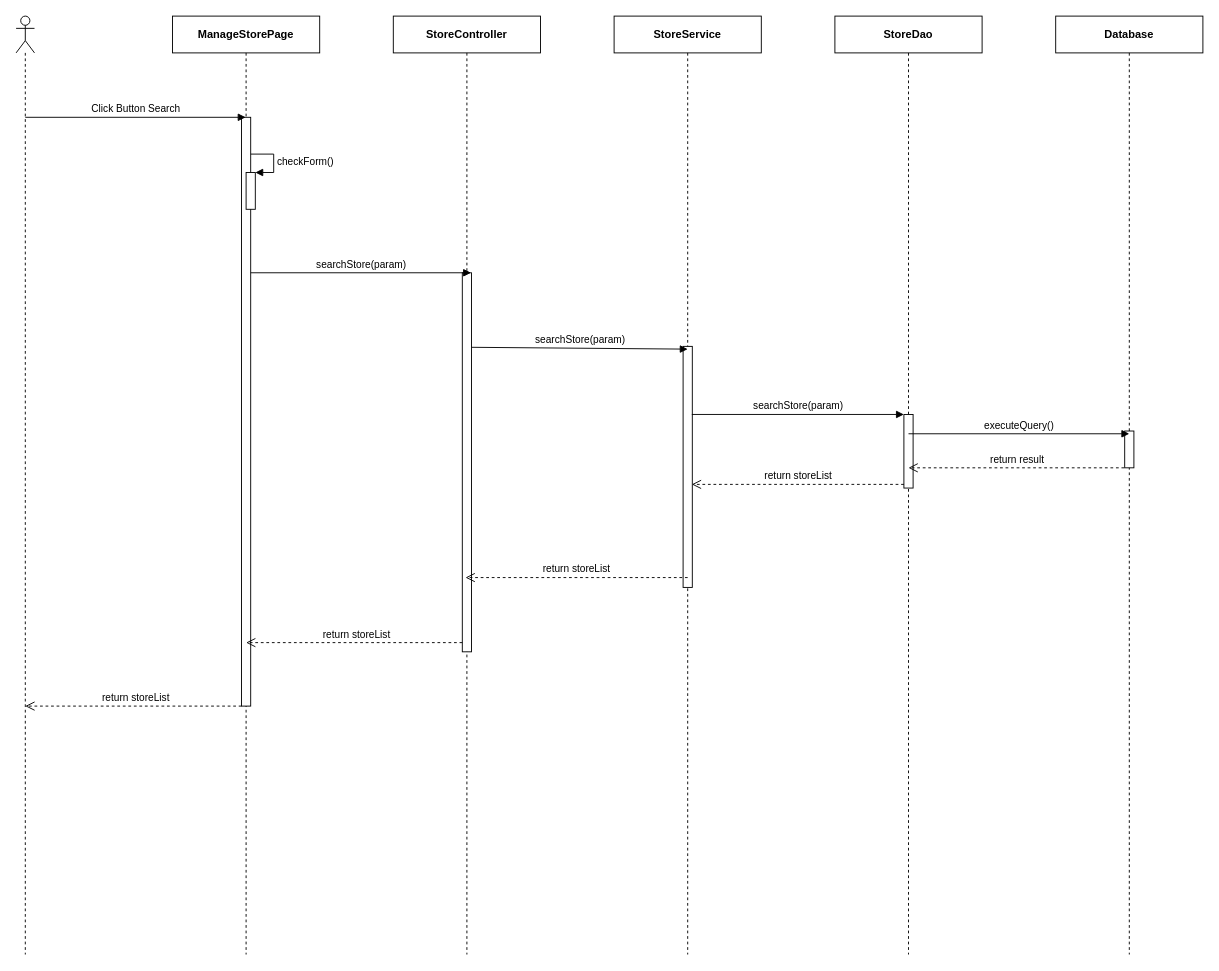
This is page "Ev02" (2 of 2) of 0. Create/Sequece/sc01/SC0100_StoreManage.drawio from luannmdev/CapstoneDocument, a draw.io file, before an edit. Source tidied: cells renumbered, new cells numbered last; positions are measured from the earlier drawing's top-left corner, leaving out a move shared by most shapes. Both pictures are drawn from the tidied source at 92%, with x=0, y=0 at pixel (16, 16).
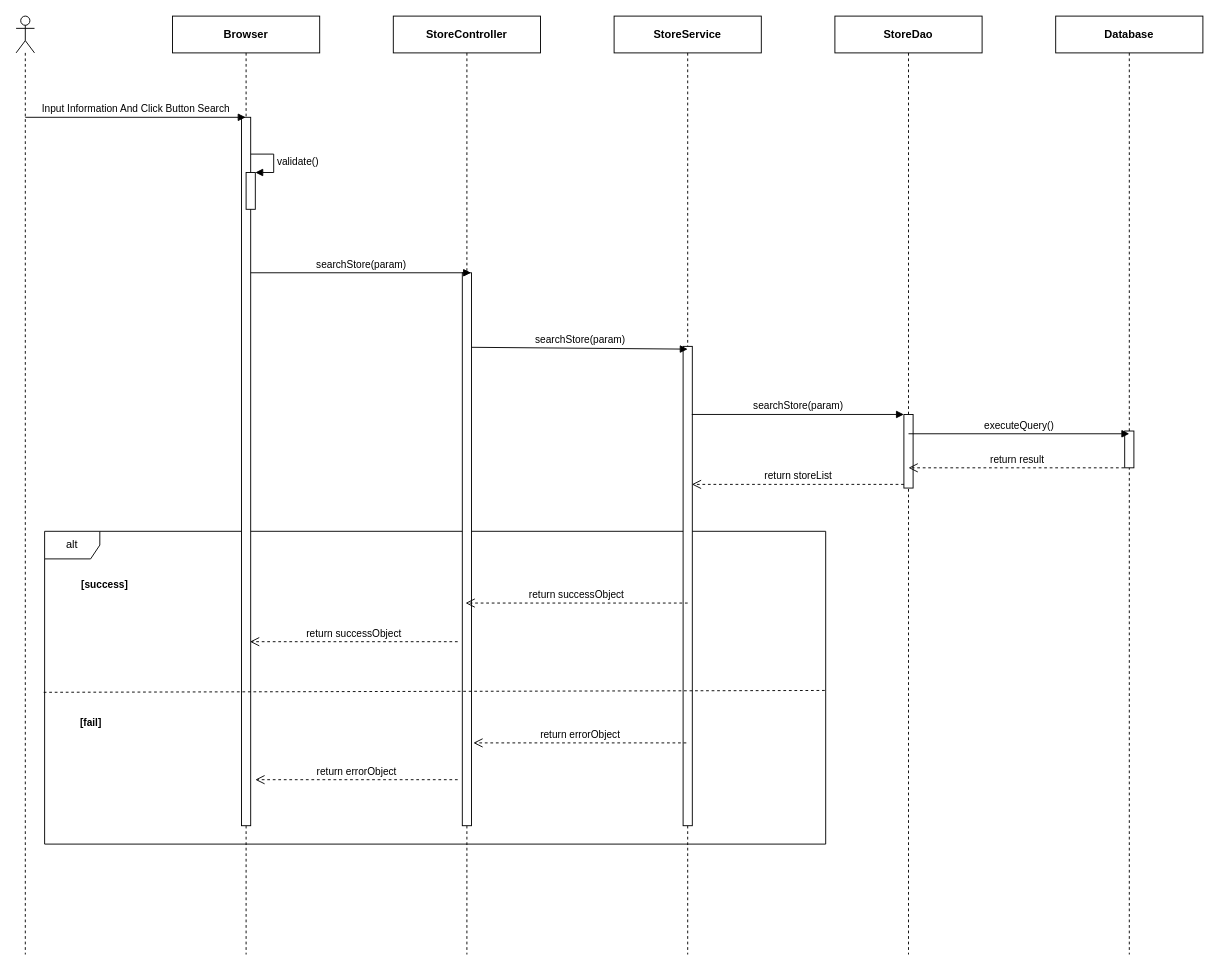
After the change.

Unchanged cells that the change refers to:
```xml
<mxCell id="7" value="&lt;b&gt;StoreService&lt;/b&gt;" style="shape=umlLifeline;perimeter=lifelinePerimeter;whiteSpace=wrap;html=1;" parent="1" vertex="1">
  <mxGeometry x="650" width="160" height="1020" as="geometry" />
</mxCell>
<mxCell id="9" value="&lt;b&gt;StoreController&lt;/b&gt;" style="shape=umlLifeline;perimeter=lifelinePerimeter;whiteSpace=wrap;html=1;" parent="1" vertex="1">
  <mxGeometry x="410" width="160" height="1020" as="geometry" />
</mxCell>
<mxCell id="17" style="html=1;points=[];perimeter=orthogonalPerimeter;" parent="1" vertex="1">
  <mxGeometry x="250" y="170" width="10" height="40" as="geometry" />
</mxCell>
```

The edit, as a diff of the source:
```diff
@@
+    <mxCell id="25" value="alt" style="shape=umlFrame;whiteSpace=wrap;html=1;" parent="1" vertex="1">
+      <mxGeometry x="31" y="560" width="849" height="340" as="geometry" />
+    </mxCell>
@@
-    <mxCell id="3" value="&lt;b&gt;ManageStorePage&lt;/b&gt;" style="shape=umlLifeline;perimeter=lifelinePerimeter;whiteSpace=wrap;html=1;outlineConnect=0;" parent="1" vertex="1">
+    <mxCell id="3" value="&lt;b&gt;Browser&lt;/b&gt;" style="shape=umlLifeline;perimeter=lifelinePerimeter;whiteSpace=wrap;html=1;outlineConnect=0;" parent="1" vertex="1">
       <mxGeometry x="170" width="160" height="1020" as="geometry" />
     </mxCell>
     <mxCell id="4" style="html=1;perimeter=orthogonalPerimeter;" parent="3" vertex="1">
-      <mxGeometry x="75" y="110" width="10" height="640" as="geometry" />
+      <mxGeometry x="75" y="110" width="10" height="770" as="geometry" />
     </mxCell>
@@
     <mxCell id="8" style="html=1;perimeter=orthogonalPerimeter;" parent="7" vertex="1">
-      <mxGeometry x="75" y="359" width="10" height="262" as="geometry" />
+      <mxGeometry x="75" y="359" width="10" height="521" as="geometry" />
     </mxCell>
@@
     <mxCell id="10" style="html=1;perimeter=orthogonalPerimeter;" parent="9" vertex="1">
-      <mxGeometry x="75" y="279" width="10" height="412" as="geometry" />
+      <mxGeometry x="75" y="279" width="10" height="601" as="geometry" />
     </mxCell>
-    <mxCell id="11" value="Click Button Search" style="html=1;verticalAlign=bottom;endArrow=block;" parent="1" edge="1" target="3">
+    <mxCell id="11" value="Input Information And Click Button Search" style="html=1;verticalAlign=bottom;endArrow=block;" parent="1" edge="1" target="3">
       <mxGeometry relative="1" as="geometry">
         <mxPoint x="10" y="110" as="sourcePoint" />
       </mxGeometry>
     </mxCell>
@@
-    <mxCell id="14" value="return storeList" style="html=1;verticalAlign=bottom;endArrow=open;dashed=1;endSize=8;" parent="1" edge="1">
-      <mxGeometry x="-0.02" relative="1" as="geometry">
-        <mxPoint x="485" y="681" as="sourcePoint" />
-        <mxPoint x="250" y="681" as="targetPoint" />
-      </mxGeometry>
-    </mxCell>
@@
-    <mxCell id="18" value="checkForm()" style="edgeStyle=orthogonalEdgeStyle;html=1;align=left;spacingLeft=2;endArrow=block;rounded=0;entryX=1;entryY=0;" parent="1" edge="1" target="17">
+    <mxCell id="18" value="validate()" style="edgeStyle=orthogonalEdgeStyle;html=1;align=left;spacingLeft=2;endArrow=block;rounded=0;entryX=1;entryY=0;" parent="1" edge="1" target="17">
       <mxGeometry relative="1" as="geometry">
         <mxPoint x="255" y="150" as="sourcePoint" />
         <Array as="points">
           <mxPoint x="280" y="150" />
         </Array>
       </mxGeometry>
     </mxCell>
@@
-    <mxCell id="23" value="return storeList" style="html=1;verticalAlign=bottom;endArrow=open;dashed=1;endSize=8;" parent="1" edge="1">
-      <mxGeometry relative="1" as="geometry">
-        <mxPoint x="730" y="610.3" as="sourcePoint" />
-        <mxPoint x="488.5" y="610.3" as="targetPoint" />
-      </mxGeometry>
-    </mxCell>
-    <mxCell id="24" value="return storeList" style="html=1;verticalAlign=bottom;endArrow=open;dashed=1;endSize=8;" parent="1" edge="1">
-      <mxGeometry x="-0.02" relative="1" as="geometry">
-        <mxPoint x="245" y="750" as="sourcePoint" />
-        <mxPoint x="10" y="750" as="targetPoint" />
-      </mxGeometry>
-    </mxCell>
+    <mxCell id="26" value="&lt;span style=&quot;font-size: 11px ; background-color: rgb(255 , 255 , 255)&quot;&gt;&lt;b&gt;[success]&lt;/b&gt;&lt;/span&gt;" style="text;html=1;align=center;verticalAlign=middle;" parent="1" vertex="1">
+      <mxGeometry x="61" y="608" width="70" height="20" as="geometry" />
+    </mxCell>
+    <mxCell id="27" value="&lt;span style=&quot;font-size: 11px ; background-color: rgb(255 , 255 , 255)&quot;&gt;&lt;b&gt;[fail]&lt;/b&gt;&lt;/span&gt;" style="text;html=1;align=center;verticalAlign=middle;" parent="1" vertex="1">
+      <mxGeometry x="61" y="758" width="40" height="20" as="geometry" />
+    </mxCell>
+    <mxCell id="28" value="return errorObject" style="html=1;verticalAlign=bottom;endArrow=open;dashed=1;endSize=8;" parent="1" edge="1">
+      <mxGeometry relative="1" as="geometry">
+        <mxPoint x="480" y="830" as="sourcePoint" />
+        <mxPoint x="260" y="830" as="targetPoint" />
+      </mxGeometry>
+    </mxCell>
+    <mxCell id="29" value="return successObject" style="html=1;verticalAlign=bottom;endArrow=open;dashed=1;endSize=8;" parent="1" edge="1">
+      <mxGeometry relative="1" as="geometry">
+        <mxPoint x="480" y="680" as="sourcePoint" />
+        <mxPoint x="254.2" y="680" as="targetPoint" />
+      </mxGeometry>
+    </mxCell>
+    <mxCell id="30" value="return successObject" style="html=1;verticalAlign=bottom;endArrow=open;dashed=1;endSize=8;" parent="1" edge="1">
+      <mxGeometry relative="1" as="geometry">
+        <mxPoint x="730" y="638" as="sourcePoint" />
+        <mxPoint x="488.5" y="638" as="targetPoint" />
+      </mxGeometry>
+    </mxCell>
+    <mxCell id="31" value="return errorObject" style="html=1;verticalAlign=bottom;endArrow=open;dashed=1;endSize=8;" parent="1" edge="1">
+      <mxGeometry relative="1" as="geometry">
+        <mxPoint x="728.5" y="790" as="sourcePoint" />
+        <mxPoint x="497" y="790" as="targetPoint" />
+      </mxGeometry>
+    </mxCell>
+    <mxCell id="32" style="endArrow=none;dashed=1;html=1;exitX=-0.001;exitY=0.303;exitDx=0;exitDy=0;exitPerimeter=0;" parent="1" edge="1">
+      <mxGeometry relative="1" as="geometry">
+        <mxPoint x="30" y="735" as="sourcePoint" />
+        <mxPoint x="880" y="733" as="targetPoint" />
+      </mxGeometry>
+    </mxCell>
```
